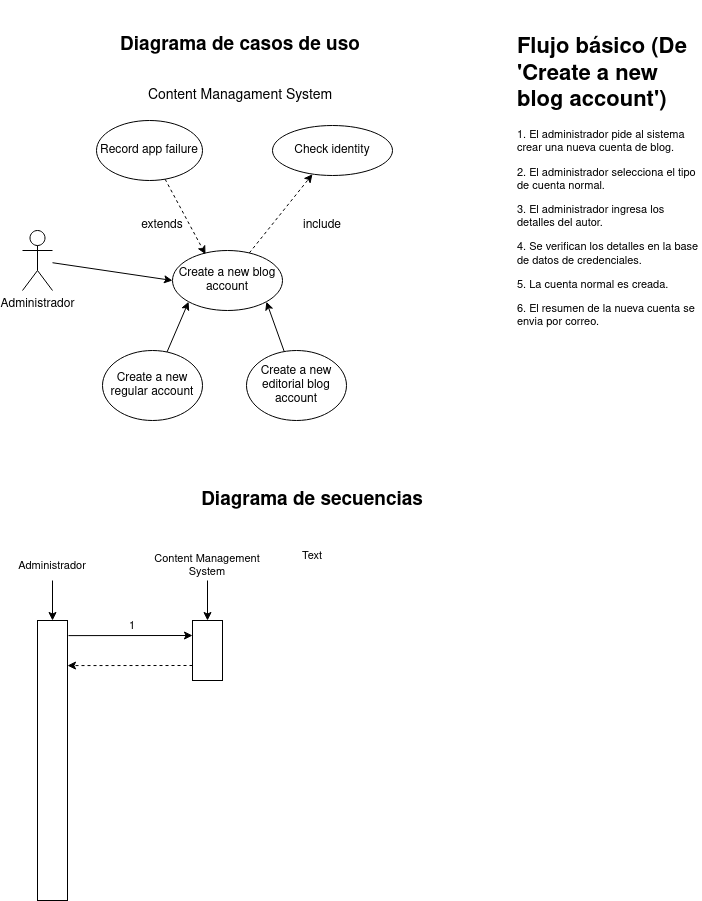
Above: diagramas_casos_de_uso/diagrama-caso-uso-test.drawio.png in JesusLugo2002/ETS (draw.io), before the change. Source tidied: cells renumbered, new cells last; positions are measured from the earlier drawing's top-left corner, leaving out a move shared by most shapes. Its diagram source:
```xml
<mxGraphModel>
  <root>
    <mxCell id="0" />
    <mxCell id="1" parent="0" />
    <mxCell id="2" style="edgeStyle=none;shape=connector;rounded=0;jettySize=auto;html=1;entryX=0;entryY=0.5;entryDx=0;entryDy=0;labelBackgroundColor=default;strokeColor=default;align=center;verticalAlign=middle;fontFamily=Helvetica;fontSize=11;fontColor=default;endArrow=classic;" parent="1" edge="1" source="3" target="6">
      <mxGeometry relative="1" as="geometry" />
    </mxCell>
    <mxCell id="3" value="Administrador" style="shape=umlActor;verticalLabelPosition=bottom;verticalAlign=top;html=1;outlineConnect=0;" parent="1" vertex="1">
      <mxGeometry y="230" width="30" height="60" as="geometry" />
    </mxCell>
    <mxCell id="4" value="extends" style="text;html=1;strokeColor=none;fillColor=none;align=center;verticalAlign=middle;whiteSpace=wrap;rounded=0;" parent="1" vertex="1">
      <mxGeometry x="110" y="210" width="60" height="30" as="geometry" />
    </mxCell>
    <mxCell id="5" value="Record app failure" style="ellipse;whiteSpace=wrap;html=1;" parent="1" vertex="1">
      <mxGeometry x="74" y="120" width="106" height="60" as="geometry" />
    </mxCell>
    <mxCell id="6" value="Create a new blog account" style="ellipse;whiteSpace=wrap;html=1;" parent="1" vertex="1">
      <mxGeometry x="150" y="250" width="110" height="60" as="geometry" />
    </mxCell>
    <mxCell id="7" value="Check identity" style="ellipse;whiteSpace=wrap;html=1;" parent="1" vertex="1">
      <mxGeometry x="250" y="125" width="120" height="50" as="geometry" />
    </mxCell>
    <mxCell id="8" style="rounded=0;jettySize=auto;html=1;entryX=0.333;entryY=0.975;entryDx=0;entryDy=0;entryPerimeter=0;dashed=1;" parent="1" edge="1" source="6" target="7">
      <mxGeometry relative="1" as="geometry" />
    </mxCell>
    <mxCell id="9" style="rounded=0;jettySize=auto;html=1;entryX=0.3;entryY=0.063;entryDx=0;entryDy=0;entryPerimeter=0;dashed=1;" parent="1" edge="1" source="5" target="6">
      <mxGeometry relative="1" as="geometry" />
    </mxCell>
    <mxCell id="10" value="include" style="text;html=1;strokeColor=none;fillColor=none;align=center;verticalAlign=middle;whiteSpace=wrap;rounded=0;" parent="1" vertex="1">
      <mxGeometry x="270" y="210" width="60" height="30" as="geometry" />
    </mxCell>
    <mxCell id="11" style="rounded=0;jettySize=auto;html=1;entryX=0;entryY=1;entryDx=0;entryDy=0;" parent="1" edge="1" source="12" target="6">
      <mxGeometry relative="1" as="geometry" />
    </mxCell>
    <mxCell id="12" value="Create a new regular account" style="ellipse;whiteSpace=wrap;html=1;" parent="1" vertex="1">
      <mxGeometry x="80" y="350" width="100" height="70" as="geometry" />
    </mxCell>
    <mxCell id="13" style="rounded=0;jettySize=auto;html=1;entryX=1;entryY=1;entryDx=0;entryDy=0;" parent="1" edge="1" source="14" target="6">
      <mxGeometry relative="1" as="geometry" />
    </mxCell>
    <mxCell id="14" value="Create a new editorial blog account" style="ellipse;whiteSpace=wrap;html=1;" parent="1" vertex="1">
      <mxGeometry x="224" y="350" width="100" height="70" as="geometry" />
    </mxCell>
    <mxCell id="15" value="&lt;h1&gt;Flujo básico (De 'Create a new blog account')&lt;br&gt;&lt;/h1&gt;&lt;p&gt;1. El administrador pide al sistema crear una nueva cuenta de blog.&lt;/p&gt;&lt;p&gt;2. El administrador selecciona el tipo de cuenta normal.&lt;/p&gt;&lt;p&gt;3. El administrador ingresa los detalles del autor.&lt;/p&gt;&lt;p&gt;4. Se verifican los detalles en la base de datos de credenciales.&lt;/p&gt;&lt;p&gt;5. La cuenta normal es creada.&lt;br&gt;&lt;/p&gt;&lt;p&gt;6. El resumen de la nueva cuenta se envia por correo.&lt;/p&gt;&lt;p&gt;&lt;br&gt;&lt;/p&gt;" style="text;html=1;strokeColor=none;fillColor=none;spacing=5;spacingTop=-20;whiteSpace=wrap;overflow=hidden;rounded=0;fontSize=11;fontFamily=Helvetica;fontColor=default;" parent="1" vertex="1">
      <mxGeometry x="490" y="30" width="190" height="490" as="geometry" />
    </mxCell>
    <mxCell id="16" value="Diagrama de casos de uso" style="text;html=1;strokeColor=none;fillColor=none;align=center;verticalAlign=middle;whiteSpace=wrap;rounded=0;fontSize=19;fontFamily=Helvetica;fontColor=default;fontStyle=1;" parent="1" vertex="1">
      <mxGeometry x="68" width="300" height="90" as="geometry" />
    </mxCell>
    <mxCell id="17" value="Diagrama de secuencias" style="text;html=1;strokeColor=none;fillColor=none;align=center;verticalAlign=middle;whiteSpace=wrap;rounded=0;fontSize=19;fontFamily=Helvetica;fontColor=default;fontStyle=1;" parent="1" vertex="1">
      <mxGeometry x="140" y="455" width="300" height="90" as="geometry" />
    </mxCell>
    <mxCell id="18" style="edgeStyle=none;shape=connector;rounded=0;jettySize=auto;html=1;labelBackgroundColor=default;strokeColor=default;align=center;verticalAlign=middle;fontFamily=Helvetica;fontSize=11;fontColor=default;endArrow=classic;" parent="1" edge="1" target="19">
      <mxGeometry relative="1" as="geometry">
        <mxPoint x="30" y="580" as="sourcePoint" />
      </mxGeometry>
    </mxCell>
    <mxCell id="19" style="whiteSpace=wrap;html=1;fontSize=11;verticalAlign=top;" parent="1" vertex="1">
      <mxGeometry x="15" y="620" width="30" height="280" as="geometry" />
    </mxCell>
    <mxCell id="20" value="Administrador" style="text;html=1;strokeColor=none;fillColor=none;align=center;verticalAlign=middle;whiteSpace=wrap;rounded=0;fontSize=11;fontFamily=Helvetica;fontColor=default;" parent="1" vertex="1">
      <mxGeometry y="550" width="60" height="30" as="geometry" />
    </mxCell>
    <mxCell id="21" value="Content Managament System" style="text;html=1;strokeColor=none;fillColor=none;align=center;verticalAlign=middle;whiteSpace=wrap;rounded=0;fontSize=14;fontFamily=Helvetica;fontColor=default;" parent="1" vertex="1">
      <mxGeometry x="120" y="80" width="196" height="30" as="geometry" />
    </mxCell>
    <mxCell id="22" style="edgeStyle=none;shape=connector;rounded=0;jettySize=auto;html=1;labelBackgroundColor=default;strokeColor=default;align=center;verticalAlign=middle;fontFamily=Helvetica;fontSize=11;fontColor=default;endArrow=classic;" parent="1" edge="1" source="23" target="24">
      <mxGeometry relative="1" as="geometry" />
    </mxCell>
    <mxCell id="23" value="Content Management System" style="text;html=1;strokeColor=none;fillColor=none;align=center;verticalAlign=middle;whiteSpace=wrap;rounded=0;fontSize=11;fontFamily=Helvetica;fontColor=default;" parent="1" vertex="1">
      <mxGeometry x="130" y="550" width="110" height="30" as="geometry" />
    </mxCell>
    <mxCell id="24" style="whiteSpace=wrap;html=1;fontFamily=Helvetica;fontSize=11;fontColor=default;" parent="1" vertex="1">
      <mxGeometry x="170" y="620" width="30" height="60" as="geometry" />
    </mxCell>
    <mxCell id="25" style="endArrow=classic;html=1;rounded=0;labelBackgroundColor=default;strokeColor=default;align=center;verticalAlign=middle;fontFamily=Helvetica;fontSize=11;fontColor=default;shape=connector;entryX=0;entryY=0.25;entryDx=0;entryDy=0;exitX=1.033;exitY=0.054;exitDx=0;exitDy=0;exitPerimeter=0;" parent="1" edge="1" source="19" target="24">
      <mxGeometry relative="1" as="geometry" />
    </mxCell>
    <mxCell id="26" style="edgeStyle=none;shape=connector;rounded=0;jettySize=auto;html=1;entryX=1;entryY=0.161;entryDx=0;entryDy=0;entryPerimeter=0;labelBackgroundColor=default;strokeColor=default;align=center;verticalAlign=middle;fontFamily=Helvetica;fontSize=11;fontColor=default;endArrow=classic;exitX=0;exitY=0.75;exitDx=0;exitDy=0;dashed=1;" parent="1" edge="1" source="24" target="19">
      <mxGeometry relative="1" as="geometry" />
    </mxCell>
    <mxCell id="27" value="1" style="text;html=1;strokeColor=none;fillColor=none;align=center;verticalAlign=middle;whiteSpace=wrap;rounded=0;fontSize=11;fontFamily=Helvetica;fontColor=default;" parent="1" vertex="1">
      <mxGeometry x="80" y="610" width="60" height="30" as="geometry" />
    </mxCell>
    <mxCell id="28" value="Text" style="text;html=1;strokeColor=none;fillColor=none;align=center;verticalAlign=middle;whiteSpace=wrap;rounded=0;fontSize=11;fontFamily=Helvetica;fontColor=default;" parent="1" vertex="1">
      <mxGeometry x="260" y="540" width="60" height="30" as="geometry" />
    </mxCell>
  </root>
</mxGraphModel>
```
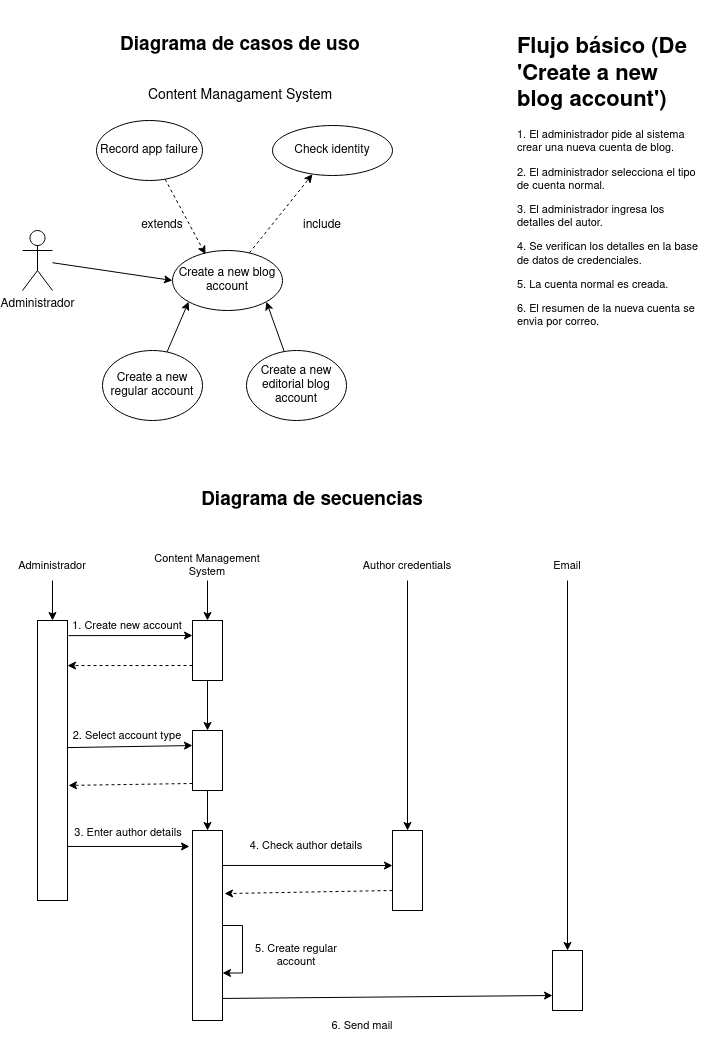
After the commit.

Diff of the diagram source:
```diff
@@ -55,6 +55,12 @@
         <mxPoint x="30" y="580" as="sourcePoint" />
       </mxGeometry>
     </mxCell>
+    <mxCell id="29" style="edgeStyle=none;shape=connector;rounded=0;jettySize=auto;html=1;entryX=0;entryY=0.25;entryDx=0;entryDy=0;labelBackgroundColor=default;strokeColor=default;align=center;verticalAlign=middle;fontFamily=Helvetica;fontSize=11;fontColor=default;endArrow=classic;exitX=0.967;exitY=0.454;exitDx=0;exitDy=0;exitPerimeter=0;" parent="1" edge="1" source="19" target="33">
+      <mxGeometry relative="1" as="geometry" />
+    </mxCell>
+    <mxCell id="30" style="edgeStyle=none;shape=connector;rounded=0;jettySize=auto;html=1;entryX=-0.1;entryY=0.084;entryDx=0;entryDy=0;labelBackgroundColor=default;strokeColor=default;align=center;verticalAlign=middle;fontFamily=Helvetica;fontSize=11;fontColor=default;endArrow=classic;exitX=0.933;exitY=0.807;exitDx=0;exitDy=0;exitPerimeter=0;entryPerimeter=0;" parent="1" edge="1" source="19" target="38">
+      <mxGeometry relative="1" as="geometry" />
+    </mxCell>
     <mxCell id="19" style="whiteSpace=wrap;html=1;fontSize=11;verticalAlign=top;" parent="1" vertex="1">
       <mxGeometry x="15" y="620" width="30" height="280" as="geometry" />
     </mxCell>
@@ -70,6 +76,9 @@
     <mxCell id="23" value="Content Management System" style="text;html=1;strokeColor=none;fillColor=none;align=center;verticalAlign=middle;whiteSpace=wrap;rounded=0;fontSize=11;fontFamily=Helvetica;fontColor=default;" parent="1" vertex="1">
       <mxGeometry x="130" y="550" width="110" height="30" as="geometry" />
     </mxCell>
+    <mxCell id="31" style="edgeStyle=none;shape=connector;rounded=0;jettySize=auto;html=1;entryX=0.5;entryY=0;entryDx=0;entryDy=0;labelBackgroundColor=default;strokeColor=default;align=center;verticalAlign=middle;fontFamily=Helvetica;fontSize=11;fontColor=default;endArrow=classic;" parent="1" edge="1" source="24" target="33">
+      <mxGeometry relative="1" as="geometry" />
+    </mxCell>
     <mxCell id="24" style="whiteSpace=wrap;html=1;fontFamily=Helvetica;fontSize=11;fontColor=default;" parent="1" vertex="1">
       <mxGeometry x="170" y="620" width="30" height="60" as="geometry" />
     </mxCell>
@@ -79,11 +88,72 @@
     <mxCell id="26" style="edgeStyle=none;shape=connector;rounded=0;jettySize=auto;html=1;entryX=1;entryY=0.161;entryDx=0;entryDy=0;entryPerimeter=0;labelBackgroundColor=default;strokeColor=default;align=center;verticalAlign=middle;fontFamily=Helvetica;fontSize=11;fontColor=default;endArrow=classic;exitX=0;exitY=0.75;exitDx=0;exitDy=0;dashed=1;" parent="1" edge="1" source="24" target="19">
       <mxGeometry relative="1" as="geometry" />
     </mxCell>
-    <mxCell id="27" value="1" style="text;html=1;strokeColor=none;fillColor=none;align=center;verticalAlign=middle;whiteSpace=wrap;rounded=0;fontSize=11;fontFamily=Helvetica;fontColor=default;" parent="1" vertex="1">
-      <mxGeometry x="80" y="610" width="60" height="30" as="geometry" />
+    <mxCell id="27" value="1. Create new account" style="text;html=1;strokeColor=none;fillColor=none;align=center;verticalAlign=middle;whiteSpace=wrap;rounded=0;fontSize=11;fontFamily=Helvetica;fontColor=default;" parent="1" vertex="1">
+      <mxGeometry x="45" y="610" width="120" height="30" as="geometry" />
     </mxCell>
-    <mxCell id="28" value="Text" style="text;html=1;strokeColor=none;fillColor=none;align=center;verticalAlign=middle;whiteSpace=wrap;rounded=0;fontSize=11;fontFamily=Helvetica;fontColor=default;" parent="1" vertex="1">
-      <mxGeometry x="260" y="540" width="60" height="30" as="geometry" />
-    </mxCell>
+    <mxCell id="32" style="edgeStyle=none;shape=connector;rounded=0;jettySize=auto;html=1;entryX=0.5;entryY=0;entryDx=0;entryDy=0;labelBackgroundColor=default;strokeColor=default;align=center;verticalAlign=middle;fontFamily=Helvetica;fontSize=11;fontColor=default;endArrow=classic;" parent="1" edge="1" source="33" target="38">
+      <mxGeometry relative="1" as="geometry" />
+    </mxCell>
+    <mxCell id="33" style="whiteSpace=wrap;html=1;fontFamily=Helvetica;fontSize=11;fontColor=default;" parent="1" vertex="1">
+      <mxGeometry x="170" y="730" width="30" height="60" as="geometry" />
+    </mxCell>
+    <mxCell id="34" value="2. Select account type" style="text;html=1;strokeColor=none;fillColor=none;align=center;verticalAlign=middle;whiteSpace=wrap;rounded=0;fontSize=11;fontFamily=Helvetica;fontColor=default;" parent="1" vertex="1">
+      <mxGeometry x="45" y="720" width="120" height="30" as="geometry" />
+    </mxCell>
+    <mxCell id="35" style="edgeStyle=none;shape=connector;rounded=0;jettySize=auto;html=1;entryX=1.033;entryY=0.589;entryDx=0;entryDy=0;entryPerimeter=0;labelBackgroundColor=default;strokeColor=default;align=center;verticalAlign=middle;fontFamily=Helvetica;fontSize=11;fontColor=default;endArrow=classic;exitX=0;exitY=0.883;exitDx=0;exitDy=0;exitPerimeter=0;dashed=1;" parent="1" edge="1" source="33" target="19">
+      <mxGeometry relative="1" as="geometry" />
+    </mxCell>
+    <mxCell id="36" style="edgeStyle=none;shape=connector;rounded=0;jettySize=auto;html=1;entryX=0;entryY=0.438;entryDx=0;entryDy=0;labelBackgroundColor=default;strokeColor=default;align=center;verticalAlign=middle;fontFamily=Helvetica;fontSize=11;fontColor=default;endArrow=classic;exitX=0.967;exitY=0.184;exitDx=0;exitDy=0;entryPerimeter=0;exitPerimeter=0;" parent="1" edge="1" source="38" target="43">
+      <mxGeometry relative="1" as="geometry" />
+    </mxCell>
+    <mxCell id="37" style="edgeStyle=none;shape=connector;rounded=0;jettySize=auto;html=1;entryX=0;entryY=0.75;entryDx=0;entryDy=0;labelBackgroundColor=default;strokeColor=default;align=center;verticalAlign=middle;fontFamily=Helvetica;fontSize=11;fontColor=default;endArrow=classic;exitX=1;exitY=0.884;exitDx=0;exitDy=0;exitPerimeter=0;" parent="1" edge="1" source="38" target="49">
+      <mxGeometry relative="1" as="geometry" />
+    </mxCell>
+    <mxCell id="38" style="whiteSpace=wrap;html=1;fontFamily=Helvetica;fontSize=11;fontColor=default;" parent="1" vertex="1">
+      <mxGeometry x="170" y="830" width="30" height="190" as="geometry" />
+    </mxCell>
+    <mxCell id="39" value="3. Enter author details" style="text;html=1;strokeColor=none;fillColor=none;align=center;verticalAlign=middle;whiteSpace=wrap;rounded=0;fontSize=11;fontFamily=Helvetica;fontColor=default;" parent="1" vertex="1">
+      <mxGeometry x="46" y="817" width="120" height="30" as="geometry" />
+    </mxCell>
+    <mxCell id="40" style="edgeStyle=none;shape=connector;rounded=0;jettySize=auto;html=1;labelBackgroundColor=default;strokeColor=default;align=center;verticalAlign=middle;fontFamily=Helvetica;fontSize=11;fontColor=default;endArrow=classic;" parent="1" edge="1" source="41">
+      <mxGeometry relative="1" as="geometry">
+        <mxPoint x="385" y="830" as="targetPoint" />
+      </mxGeometry>
+    </mxCell>
+    <mxCell id="41" value="Author credentials" style="text;html=1;strokeColor=none;fillColor=none;align=center;verticalAlign=middle;whiteSpace=wrap;rounded=0;fontSize=11;fontFamily=Helvetica;fontColor=default;" parent="1" vertex="1">
+      <mxGeometry x="330" y="550" width="110" height="30" as="geometry" />
+    </mxCell>
+    <mxCell id="42" style="edgeStyle=none;shape=connector;rounded=0;jettySize=auto;html=1;entryX=1.067;entryY=0.332;entryDx=0;entryDy=0;labelBackgroundColor=default;strokeColor=default;align=center;verticalAlign=middle;fontFamily=Helvetica;fontSize=11;fontColor=default;endArrow=classic;exitX=0;exitY=0.75;exitDx=0;exitDy=0;dashed=1;entryPerimeter=0;" parent="1" edge="1" source="43" target="38">
+      <mxGeometry relative="1" as="geometry" />
+    </mxCell>
+    <mxCell id="43" style="whiteSpace=wrap;html=1;fontFamily=Helvetica;fontSize=11;fontColor=default;" parent="1" vertex="1">
+      <mxGeometry x="370" y="830" width="30" height="80" as="geometry" />
+    </mxCell>
+    <mxCell id="44" value="4. Check author details" style="text;html=1;strokeColor=none;fillColor=none;align=center;verticalAlign=middle;whiteSpace=wrap;rounded=0;fontSize=11;fontFamily=Helvetica;fontColor=default;" parent="1" vertex="1">
+      <mxGeometry x="224" y="830" width="120" height="30" as="geometry" />
+    </mxCell>
+    <mxCell id="45" style="edgeStyle=orthogonalEdgeStyle;shape=connector;rounded=0;orthogonalLoop=1;jettySize=auto;html=1;entryX=1;entryY=0.75;entryDx=0;entryDy=0;labelBackgroundColor=default;strokeColor=default;align=center;verticalAlign=middle;fontFamily=Helvetica;fontSize=11;fontColor=default;endArrow=classic;" parent="1" edge="1" source="38" target="38">
+      <mxGeometry relative="1" as="geometry">
+        <Array as="points">
+          <mxPoint x="220" y="925" />
+          <mxPoint x="220" y="973" />
+        </Array>
+      </mxGeometry>
+    </mxCell>
+    <mxCell id="46" value="5. Create regular account" style="text;html=1;strokeColor=none;fillColor=none;align=center;verticalAlign=middle;whiteSpace=wrap;rounded=0;fontSize=11;fontFamily=Helvetica;fontColor=default;" parent="1" vertex="1">
+      <mxGeometry x="214" y="940" width="120" height="30" as="geometry" />
+    </mxCell>
+    <mxCell id="47" style="edgeStyle=none;shape=connector;rounded=0;jettySize=auto;html=1;labelBackgroundColor=default;strokeColor=default;align=center;verticalAlign=middle;fontFamily=Helvetica;fontSize=11;fontColor=default;endArrow=classic;" parent="1" edge="1" source="48" target="49">
+      <mxGeometry relative="1" as="geometry" />
+    </mxCell>
+    <mxCell id="48" value="Email" style="text;html=1;strokeColor=none;fillColor=none;align=center;verticalAlign=middle;whiteSpace=wrap;rounded=0;fontSize=11;fontFamily=Helvetica;fontColor=default;" parent="1" vertex="1">
+      <mxGeometry x="490" y="550" width="110" height="30" as="geometry" />
+    </mxCell>
+    <mxCell id="49" style="whiteSpace=wrap;html=1;fontFamily=Helvetica;fontSize=11;fontColor=default;" parent="1" vertex="1">
+      <mxGeometry x="530" y="950" width="30" height="60" as="geometry" />
+    </mxCell>
+    <mxCell id="50" value="6. Send mail" style="text;html=1;strokeColor=none;fillColor=none;align=center;verticalAlign=middle;whiteSpace=wrap;rounded=0;fontSize=11;fontFamily=Helvetica;fontColor=default;" parent="1" vertex="1">
+      <mxGeometry x="280" y="1010" width="120" height="30" as="geometry" />
+    </mxCell>
   </root>
 </mxGraphModel>
```
